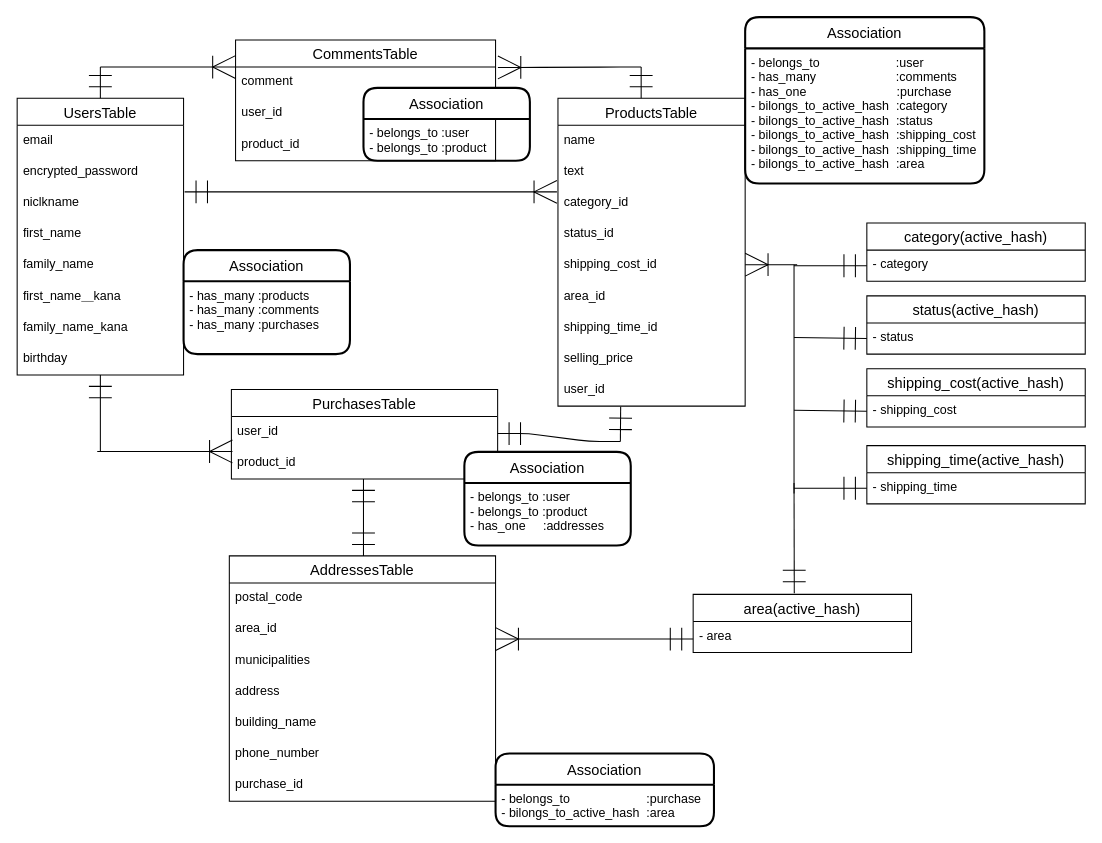
Earlier version of the draw.io diagram ER.dio (wakachico/furima-36117). Source tidied: cells renumbered, new cells numbered last; positions are measured from the earlier drawing's top-left corner, leaving out a move shared by most shapes. Both pictures are drawn from the tidied source at 104%, with x=0, y=0 at pixel (17, 17).
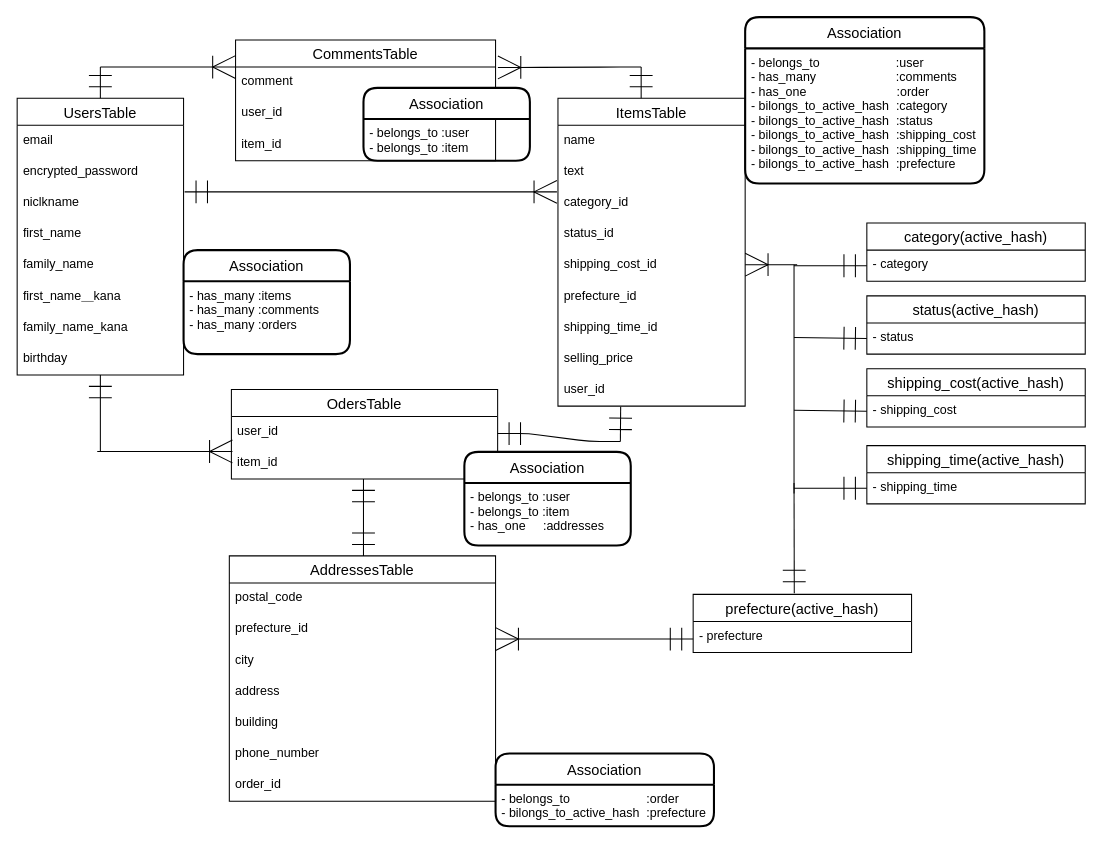
The same page after the edit.

Commit message (it also covers changes not shown here):
修正５（変数名の微修正）

Unchanged cells that the change refers to:
```xml
<mxCell id="27" value="CommentsTable" style="swimlane;fontStyle=0;horizontal=1;startSize=26;align=center;fontSize=14;" parent="1" vertex="1">
  <mxGeometry x="210" y="22" width="250" height="116" as="geometry" />
</mxCell>
<mxCell id="35" value="Association" style="swimlane;horizontal=1;startSize=30;rounded=1;fontSize=14;fontStyle=0;strokeWidth=2;shadow=0;dashed=0;align=center;" parent="1" vertex="1">
  <mxGeometry x="333" y="68" width="160" height="70" as="geometry" />
</mxCell>
<mxCell id="37" value="Association" style="swimlane;horizontal=1;startSize=30;rounded=1;fontSize=14;fontStyle=0;strokeWidth=2;shadow=0;dashed=0;align=center;" parent="1" vertex="1">
  <mxGeometry x="160" y="224" width="160" height="100" as="geometry" />
</mxCell>
<mxCell id="39" value="Association" style="swimlane;horizontal=1;startSize=30;rounded=1;fontSize=14;fontStyle=0;strokeWidth=2;shadow=0;dashed=0;align=center;" parent="1" vertex="1">
  <mxGeometry x="700" width="230" height="160" as="geometry" />
</mxCell>
<mxCell id="41" value="AddressesTable" style="swimlane;fontStyle=0;horizontal=1;startSize=26;align=center;fontSize=14;" parent="1" vertex="1">
  <mxGeometry x="204" y="518" width="256" height="236" as="geometry" />
</mxCell>
<mxCell id="51" value="Association" style="swimlane;horizontal=1;startSize=30;rounded=1;fontSize=14;fontStyle=0;strokeWidth=2;shadow=0;dashed=0;align=center;" parent="1" vertex="1">
  <mxGeometry x="430" y="418" width="160" height="90" as="geometry" />
</mxCell>
<mxCell id="71" value="Association" style="swimlane;horizontal=1;startSize=30;rounded=1;fontSize=14;fontStyle=0;strokeWidth=2;shadow=0;dashed=0;align=center;" parent="1" vertex="1">
  <mxGeometry x="460" y="708" width="210" height="70" as="geometry" />
</mxCell>
```

The edit, as a diff of the source:
```diff
@@
-    <mxCell id="11" value="ProductsTable" style="swimlane;fontStyle=0;horizontal=1;startSize=26;align=center;fontSize=14;" parent="1" vertex="1">
+    <mxCell id="11" value="ItemsTable" style="swimlane;fontStyle=0;horizontal=1;startSize=26;align=center;fontSize=14;" parent="1" vertex="1">
       <mxGeometry x="520" y="78" width="180" height="296" as="geometry" />
     </mxCell>
@@
-    <mxCell id="17" value="area_id" style="text;strokeColor=none;fillColor=none;spacingLeft=4;spacingRight=4;overflow=hidden;fontSize=12;" parent="11" vertex="1">
+    <mxCell id="17" value="prefecture_id" style="text;strokeColor=none;fillColor=none;spacingLeft=4;spacingRight=4;overflow=hidden;fontSize=12;" parent="11" vertex="1">
       <mxGeometry y="176" width="180" height="30" as="geometry" />
     </mxCell>
@@
-    <mxCell id="21" value="PurchasesTable" style="swimlane;fontStyle=0;horizontal=1;startSize=26;align=center;fontSize=14;" parent="1" vertex="1">
+    <mxCell id="21" value="OdersTable" style="swimlane;fontStyle=0;horizontal=1;startSize=26;align=center;fontSize=14;" parent="1" vertex="1">
       <mxGeometry x="206" y="358" width="256" height="86" as="geometry" />
     </mxCell>
@@
-    <mxCell id="23" value="product_id" style="text;strokeColor=none;fillColor=none;spacingLeft=4;spacingRight=4;overflow=hidden;fontSize=12;" parent="21" vertex="1">
+    <mxCell id="23" value="item_id" style="text;strokeColor=none;fillColor=none;spacingLeft=4;spacingRight=4;overflow=hidden;fontSize=12;" parent="21" vertex="1">
       <mxGeometry y="56" width="256" height="30" as="geometry" />
     </mxCell>
@@
-    <mxCell id="30" value="product_id" style="text;strokeColor=none;fillColor=none;spacingLeft=4;spacingRight=4;overflow=hidden;fontSize=12;" parent="27" vertex="1">
+    <mxCell id="30" value="item_id" style="text;strokeColor=none;fillColor=none;spacingLeft=4;spacingRight=4;overflow=hidden;fontSize=12;" parent="27" vertex="1">
       <mxGeometry y="86" width="250" height="30" as="geometry" />
     </mxCell>
@@
-    <mxCell id="36" value="- belongs_to :user&#10;- belongs_to :product" style="align=left;strokeColor=none;fillColor=none;spacingLeft=4;fontSize=12;verticalAlign=top;" parent="35" vertex="1">
+    <mxCell id="36" value="- belongs_to :user&#10;- belongs_to :item" style="align=left;strokeColor=none;fillColor=none;spacingLeft=4;fontSize=12;verticalAlign=top;" parent="35" vertex="1">
       <mxGeometry y="30" width="160" height="40" as="geometry" />
     </mxCell>
@@
-    <mxCell id="38" value="- has_many :products&#10;- has_many :comments&#10;- has_many :purchases" style="align=left;strokeColor=none;fillColor=none;spacingLeft=4;fontSize=12;verticalAlign=top;" parent="37" vertex="1">
+    <mxCell id="38" value="- has_many :items&#10;- has_many :comments&#10;- has_many :orders" style="align=left;strokeColor=none;fillColor=none;spacingLeft=4;fontSize=12;verticalAlign=top;" parent="37" vertex="1">
       <mxGeometry y="30" width="160" height="70" as="geometry" />
     </mxCell>
@@
-    <mxCell id="40" value="- belongs_to                      :user&#10;- has_many                       :comments&#10;- has_one                          :purchase&#10;- bilongs_to_active_hash  :category&#10;- bilongs_to_active_hash  :status&#10;- bilongs_to_active_hash  :shipping_cost&#10;- bilongs_to_active_hash  :shipping_time&#10;- bilongs_to_active_hash  :area" style="align=left;strokeColor=none;fillColor=none;spacingLeft=4;fontSize=12;verticalAlign=top;fontStyle=0;" parent="39" vertex="1">
+    <mxCell id="40" value="- belongs_to                      :user&#10;- has_many                       :comments&#10;- has_one                          :order&#10;- bilongs_to_active_hash  :category&#10;- bilongs_to_active_hash  :status&#10;- bilongs_to_active_hash  :shipping_cost&#10;- bilongs_to_active_hash  :shipping_time&#10;- bilongs_to_active_hash  :prefecture" style="align=left;strokeColor=none;fillColor=none;spacingLeft=4;fontSize=12;verticalAlign=top;fontStyle=0;" parent="39" vertex="1">
       <mxGeometry y="30" width="230" height="130" as="geometry" />
     </mxCell>
@@
-    <mxCell id="43" value="area_id" style="text;strokeColor=none;fillColor=none;spacingLeft=4;spacingRight=4;overflow=hidden;fontSize=12;" parent="41" vertex="1">
+    <mxCell id="43" value="prefecture_id" style="text;strokeColor=none;fillColor=none;spacingLeft=4;spacingRight=4;overflow=hidden;fontSize=12;" parent="41" vertex="1">
       <mxGeometry y="56" width="256" height="30" as="geometry" />
     </mxCell>
-    <mxCell id="44" value="municipalities" style="text;strokeColor=none;fillColor=none;spacingLeft=4;spacingRight=4;overflow=hidden;fontSize=12;" parent="41" vertex="1">
+    <mxCell id="44" value="city" style="text;strokeColor=none;fillColor=none;spacingLeft=4;spacingRight=4;overflow=hidden;fontSize=12;" parent="41" vertex="1">
       <mxGeometry y="86" width="256" height="30" as="geometry" />
     </mxCell>
@@
-    <mxCell id="46" value="building_name" style="text;strokeColor=none;fillColor=none;spacingLeft=4;spacingRight=4;overflow=hidden;fontSize=12;" parent="41" vertex="1">
+    <mxCell id="46" value="building" style="text;strokeColor=none;fillColor=none;spacingLeft=4;spacingRight=4;overflow=hidden;fontSize=12;" parent="41" vertex="1">
       <mxGeometry y="146" width="256" height="30" as="geometry" />
     </mxCell>
@@
-    <mxCell id="48" value="purchase_id" style="text;strokeColor=none;fillColor=none;spacingLeft=4;spacingRight=4;overflow=hidden;fontSize=12;" parent="41" vertex="1">
+    <mxCell id="48" value="order_id" style="text;strokeColor=none;fillColor=none;spacingLeft=4;spacingRight=4;overflow=hidden;fontSize=12;" parent="41" vertex="1">
       <mxGeometry y="206" width="256" height="30" as="geometry" />
     </mxCell>
@@
-    <mxCell id="52" value="- belongs_to :user&#10;- belongs_to :product&#10;- has_one     :addresses" style="align=left;strokeColor=none;fillColor=none;spacingLeft=4;fontSize=12;verticalAlign=top;" parent="51" vertex="1">
+    <mxCell id="52" value="- belongs_to :user&#10;- belongs_to :item&#10;- has_one     :addresses" style="align=left;strokeColor=none;fillColor=none;spacingLeft=4;fontSize=12;verticalAlign=top;" parent="51" vertex="1">
       <mxGeometry y="30" width="160" height="60" as="geometry" />
     </mxCell>
@@
-    <mxCell id="59" value="area(active_hash)" style="swimlane;fontStyle=0;horizontal=1;startSize=26;align=center;fontSize=14;" parent="1" vertex="1">
+    <mxCell id="59" value="prefecture(active_hash)" style="swimlane;fontStyle=0;horizontal=1;startSize=26;align=center;fontSize=14;" parent="1" vertex="1">
       <mxGeometry x="650" y="555" width="210" height="56" as="geometry" />
     </mxCell>
-    <mxCell id="60" value="- area" style="text;strokeColor=none;fillColor=none;spacingLeft=4;spacingRight=4;overflow=hidden;fontSize=12;" parent="59" vertex="1">
+    <mxCell id="60" value="- prefecture" style="text;strokeColor=none;fillColor=none;spacingLeft=4;spacingRight=4;overflow=hidden;fontSize=12;" parent="59" vertex="1">
       <mxGeometry y="26" width="210" height="30" as="geometry" />
     </mxCell>
@@
-    <mxCell id="72" value="- belongs_to                      :purchase&#10;- bilongs_to_active_hash  :area" style="align=left;strokeColor=none;fillColor=none;spacingLeft=4;fontSize=12;verticalAlign=top;" parent="71" vertex="1">
+    <mxCell id="72" value="- belongs_to                      :order&#10;- bilongs_to_active_hash  :prefecture" style="align=left;strokeColor=none;fillColor=none;spacingLeft=4;fontSize=12;verticalAlign=top;" parent="71" vertex="1">
       <mxGeometry y="30" width="210" height="40" as="geometry" />
     </mxCell>
```
